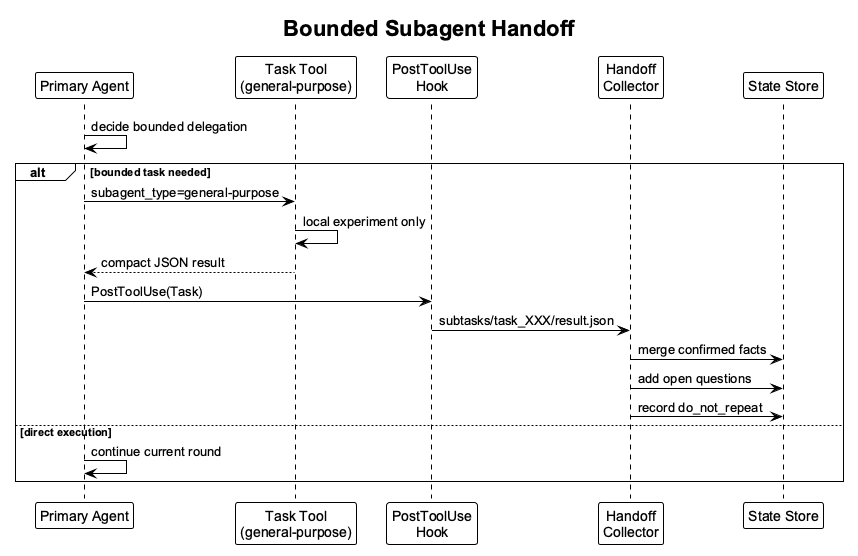
This is docs/architecture/diagrams/subagent-handoff.png from DoubleMice/aixctf, a PlantUML export, as it was before one commit.
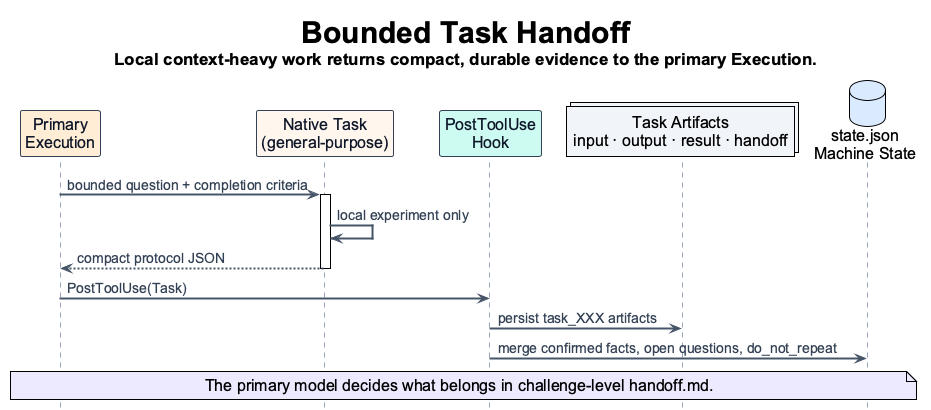
Above is the later version.

Commit message:
Refine state-driven architecture diagrams

The edit, as a diff of the source:
```diff
@@ -1,30 +1,45 @@
 @startuml
 !theme plain
+hide footbox
+scale max 1400 width
+
 skinparam backgroundColor #FFFFFF
 skinparam shadowing false
 skinparam defaultFontName Arial
+skinparam defaultFontSize 16
+skinparam sequence {
+  ArrowColor #475569
+  ArrowThickness 2
+  ArrowFontColor #334155
+  ArrowFontSize 14
+  LifeLineBorderColor #94A3B8
+  LifeLineBackgroundColor #FFFFFF
+  ParticipantBorderColor #334155
+  ParticipantFontColor #0F172A
+  ParticipantFontSize 16
+  ParticipantPadding 20
+}
 
-title Bounded Subagent Handoff
+title <size:30><b>Bounded Task Handoff</b></size>\n<size:17>Local context-heavy work returns compact, durable evidence to the primary Execution.</size>
 
-participant "Primary Agent" as Primary
-participant "Task Tool\n(general-purpose)" as Task
-participant "PostToolUse\nHook" as Hook
-participant "Handoff\nCollector" as Collector
-participant "State Store" as State
+participant "Primary\nExecution" as Primary #FFEDD5
+participant "Native Task\n(general-purpose)" as Task #FFF7ED
+participant "PostToolUse\nHook" as Hook #CCFBF1
+collections "Task Artifacts\ninput · output · result · handoff" as Artifacts #F1F5F9
+database "state.json\nMachine State" as State #DBEAFE
 
-Primary -> Primary : decide bounded delegation
+Primary -> Task : bounded question + completion criteria
+activate Task
+Task -> Task : local experiment only
+Task --> Primary : compact protocol JSON
+deactivate Task
 
-alt bounded task needed
-  Primary -> Task : subagent_type=general-purpose
-  Task -> Task : local experiment only
-  Task --> Primary : compact JSON result
-  Primary -> Hook : PostToolUse(Task)
-  Hook -> Collector : subtasks/task_XXX/result.json
-  Collector -> State : merge confirmed facts
-  Collector -> State : add open questions
-  Collector -> State : record do_not_repeat
-else direct execution
-  Primary -> Primary : continue current round
-end
+Primary -> Hook : PostToolUse(Task)
+Hook -> Artifacts : persist task_XXX artifacts
+Hook -> State : merge confirmed facts, open questions, do_not_repeat
+
+note over Primary, State #EDE9FE
+  The primary model decides what belongs in challenge-level handoff.md.
+end note
 
 @enduml
```
